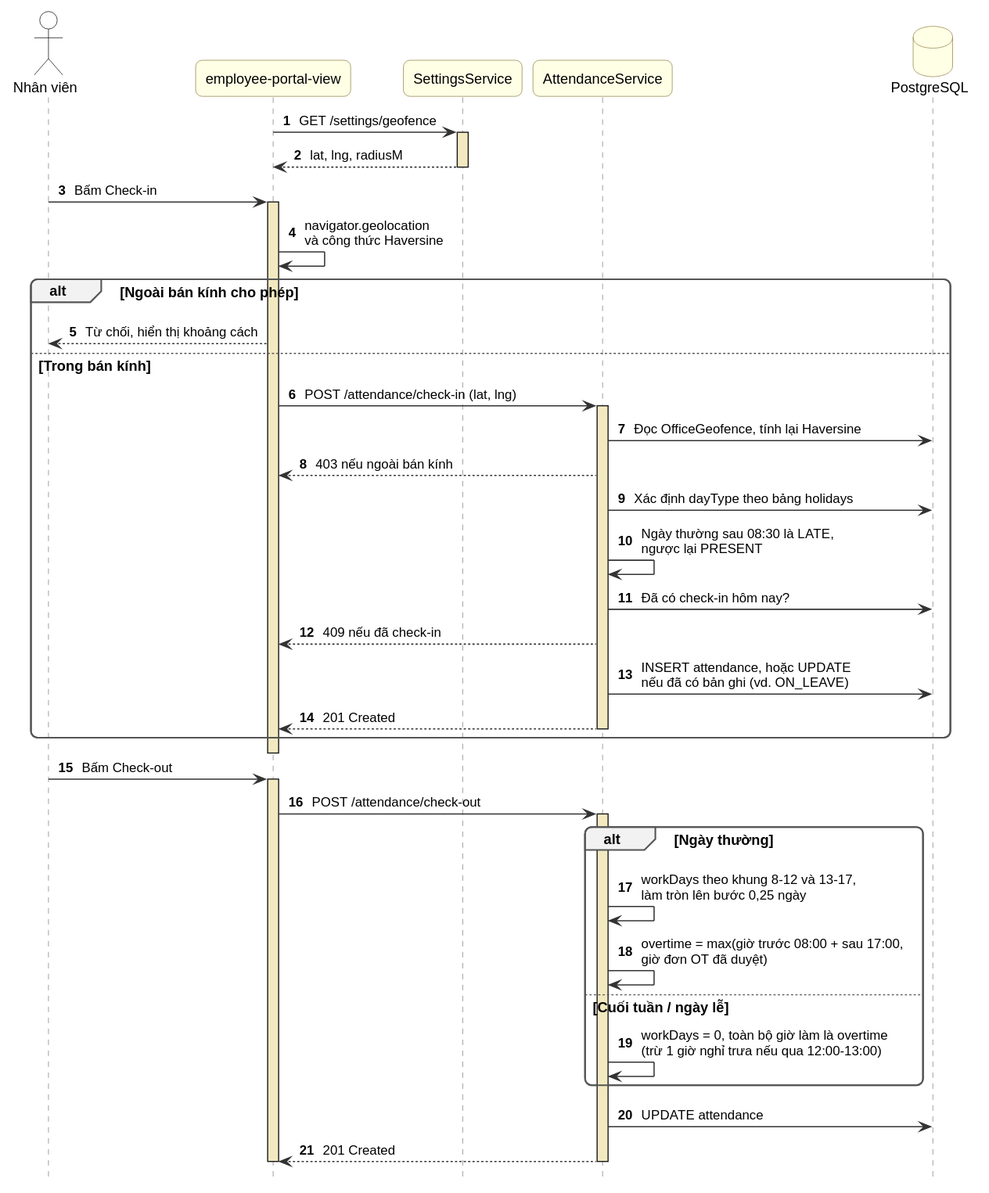
NguyenDang182005/khoa-luan keeps this PlantUML diagram as docs/diagrams/H4-02-attendance.svg. Above is the earlier version.
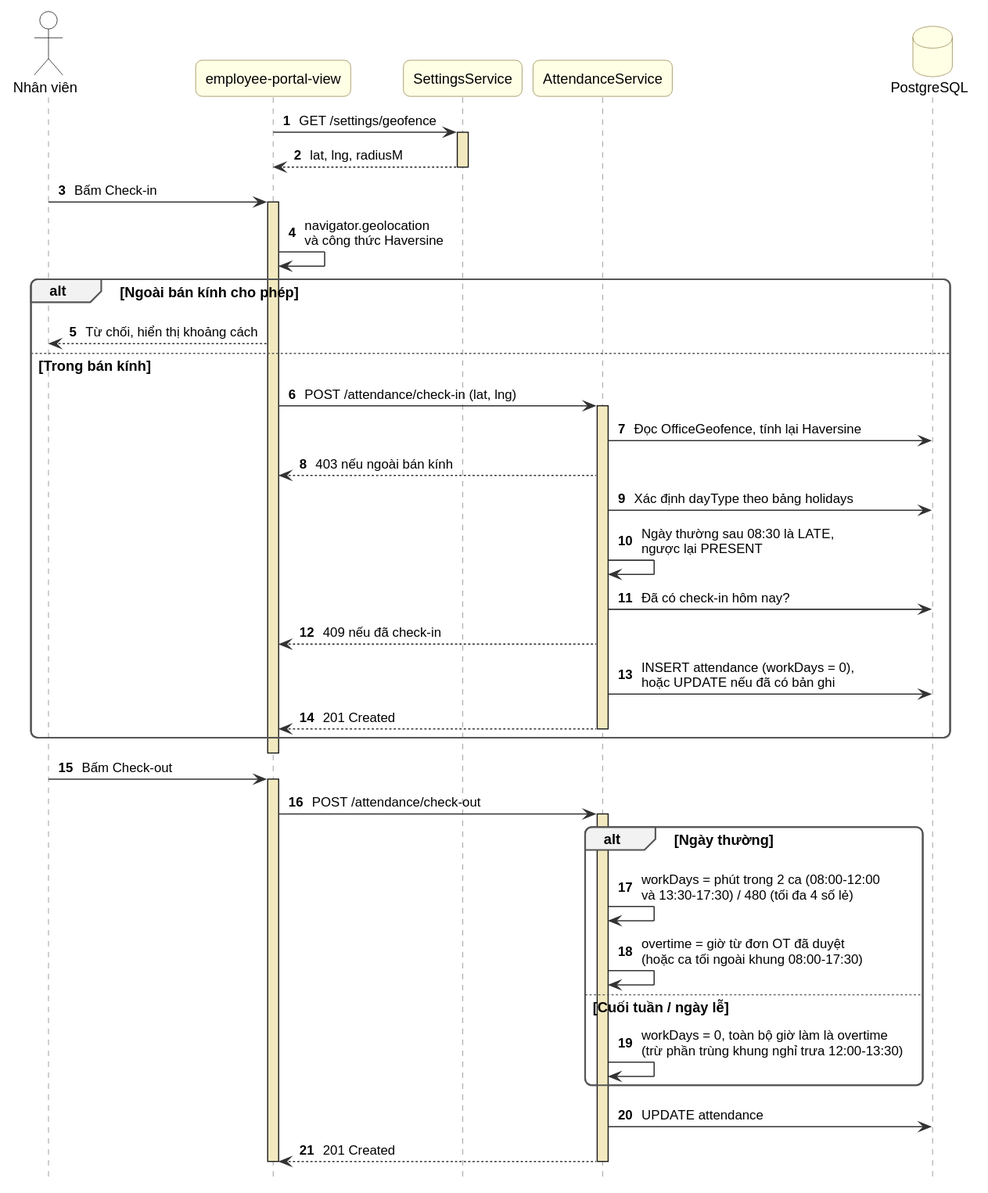
Later version of the same file.

Change to the diagram source:
```diff
@@ -25,7 +25,7 @@
   A -> A : Ngày thường sau 08:30 là LATE,\nngược lại PRESENT
   A -> DB : Đã có check-in hôm nay?
   A --> W : 409 nếu đã check-in
-  A -> DB : INSERT attendance, hoặc UPDATE\nnếu đã có bản ghi (vd. ON_LEAVE)
+  A -> DB : INSERT attendance (workDays = 0),\nhoặc UPDATE nếu đã có bản ghi
   A --> W : 201 Created
   deactivate A
 end
@@ -35,10 +35,10 @@
 W -> A : POST /attendance/check-out
 activate A
 alt Ngày thường
-  A -> A : workDays theo khung 8-12 và 13-17,\nlàm tròn lên bước 0,25 ngày
-  A -> A : overtime = max(giờ trước 08:00 + sau 17:00,\ngiờ đơn OT đã duyệt)
+  A -> A : workDays = phút trong 2 ca (08:00-12:00\nvà 13:30-17:30) / 480 (tối đa 4 số lẻ)
+  A -> A : overtime = giờ từ đơn OT đã duyệt\n(hoặc ca tối ngoài khung 08:00-17:30)
 else Cuối tuần / ngày lễ
-  A -> A : workDays = 0, toàn bộ giờ làm là overtime\n(trừ 1 giờ nghỉ trưa nếu qua 12:00-13:00)
+  A -> A : workDays = 0, toàn bộ giờ làm là overtime\n(trừ phần trùng khung nghỉ trưa 12:00-13:30)
 end
 A -> DB : UPDATE attendance
 A --> W : 201 Created
```
